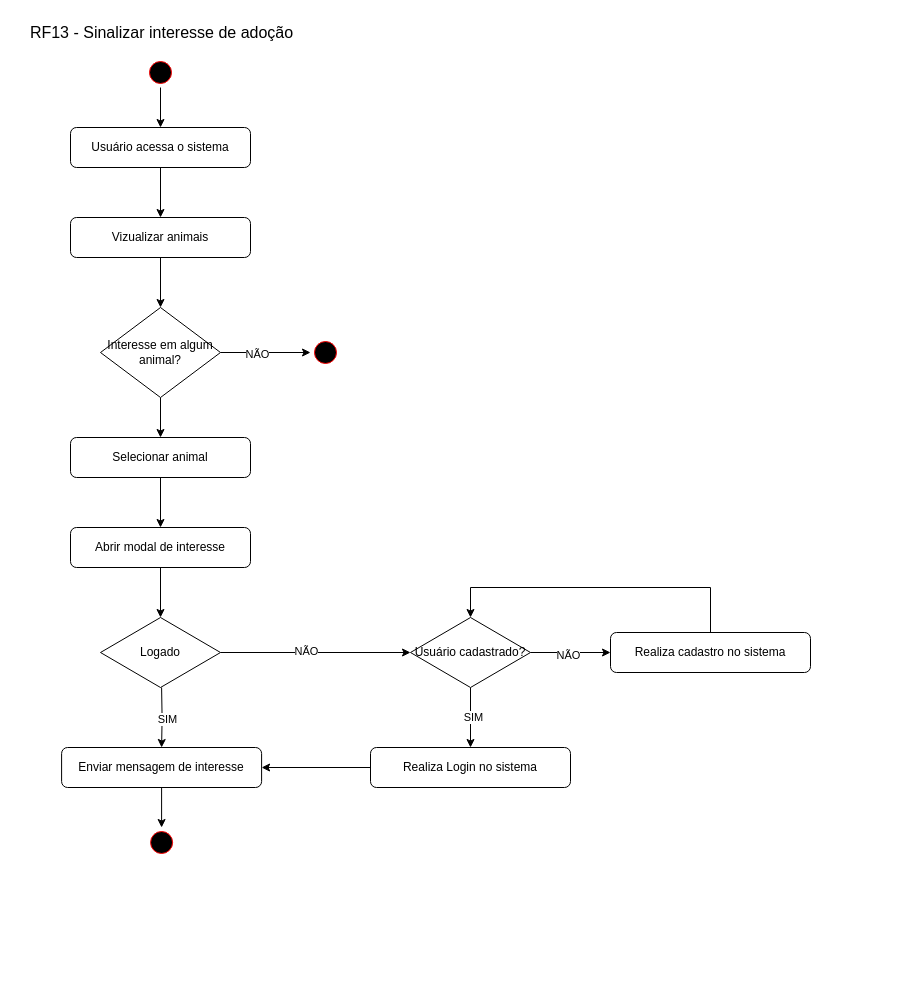
GuilhermeRPimenta/trabalho-modelagem keeps this draw.io diagram as Documentos/Diagrama de atividades(Sinalizar interesse de adoção).drawio.xml. Above is the earlier version. Source tidied: cells renumbered, new cells numbered last; positions are measured from the earlier drawing's top-left corner, leaving out a move shared by most shapes. Both pictures are drawn from the tidied source at 100%, with x=0, y=0 at pixel (16, 17).
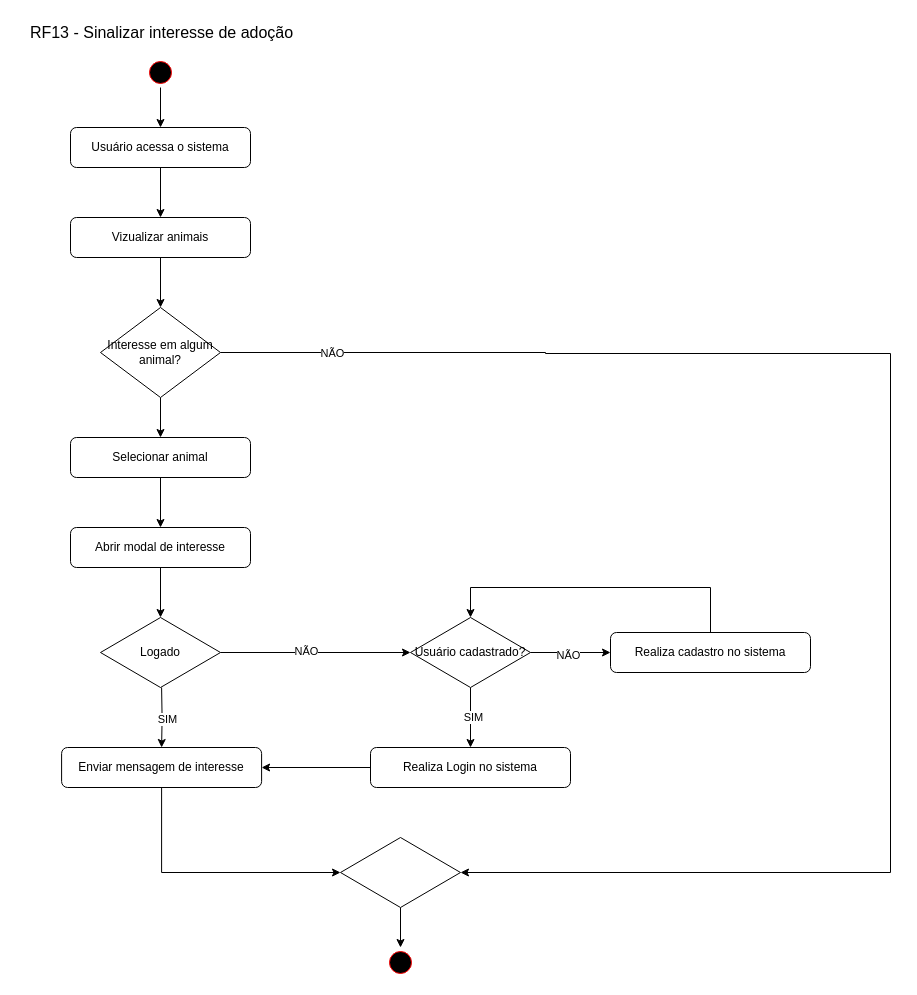
After the change.

Commit message (it also covers changes not shown here):
Update diagrama de atividade

Unchanged cells that the change refers to:
```xml
<mxCell id="14" value="Enviar mensagem de interesse" style="rounded=1;whiteSpace=wrap;html=1;" parent="1" vertex="1">
  <mxGeometry x="45.1" y="730" width="200" height="40" as="geometry" />
</mxCell>
<mxCell id="21" value="Interesse em algum animal?" style="rhombus;whiteSpace=wrap;html=1;" parent="1" vertex="1">
  <mxGeometry x="84" y="290" width="120" height="90" as="geometry" />
</mxCell>
```

The edit, as a diff of the source:
```diff
@@
-    <mxCell id="13" style="edgeStyle=orthogonalEdgeStyle;rounded=0;jettySize=auto;html=1;" parent="1" edge="1" source="14" target="15">
-      <mxGeometry relative="1" as="geometry" />
-    </mxCell>
+    <mxCell id="35" style="edgeStyle=orthogonalEdgeStyle;rounded=0;jettySize=auto;html=1;exitX=0.5;exitY=1;exitDx=0;exitDy=0;entryX=0;entryY=0.5;entryDx=0;entryDy=0;" parent="1" edge="1" source="14" target="37">
+      <mxGeometry relative="1" as="geometry">
+        <Array as="points">
+          <mxPoint x="145" y="855" />
+        </Array>
+      </mxGeometry>
+    </mxCell>
@@
     <mxCell id="15" style="ellipse;html=1;shape=startState;fillColor=#000000;strokeColor=#ff0000;" parent="1" vertex="1">
-      <mxGeometry x="130.1" y="810" width="30" height="30" as="geometry" />
+      <mxGeometry x="369" y="930" width="30" height="30" as="geometry" />
     </mxCell>
@@
-    <mxCell id="18" style="edgeStyle=orthogonalEdgeStyle;rounded=0;jettySize=auto;html=1;" parent="1" edge="1" source="21" target="22">
-      <mxGeometry relative="1" as="geometry" />
+    <mxCell id="18" style="edgeStyle=orthogonalEdgeStyle;rounded=0;jettySize=auto;html=1;entryX=1;entryY=0.5;entryDx=0;entryDy=0;" parent="1" edge="1" source="21" target="37">
+      <mxGeometry relative="1" as="geometry">
+        <Array as="points">
+          <mxPoint x="529" y="335" />
+          <mxPoint x="874" y="336" />
+          <mxPoint x="874" y="855" />
+        </Array>
+      </mxGeometry>
     </mxCell>
     <mxCell id="19" value="NÃO" style="edgeLabel;html=1;align=center;verticalAlign=middle;" parent="18" vertex="1">
-      <mxGeometry x="-0.2" y="-1" relative="1" as="geometry" />
+      <mxGeometry x="-0.2" y="-1" relative="1" as="geometry">
+        <mxPoint x="-536" y="-2" as="offset" />
+      </mxGeometry>
     </mxCell>
@@
-    <mxCell id="22" style="ellipse;html=1;shape=startState;fillColor=#000000;strokeColor=#ff0000;" parent="1" vertex="1">
-      <mxGeometry x="294" y="320" width="30" height="30" as="geometry" />
-    </mxCell>
@@
+    <mxCell id="36" style="edgeStyle=orthogonalEdgeStyle;rounded=0;jettySize=auto;html=1;" parent="1" edge="1" source="37" target="15">
+      <mxGeometry relative="1" as="geometry" />
+    </mxCell>
+    <mxCell id="37" style="rhombus;whiteSpace=wrap;html=1;" parent="1" vertex="1">
+      <mxGeometry x="324" y="820" width="120" height="70" as="geometry" />
+    </mxCell>
```
